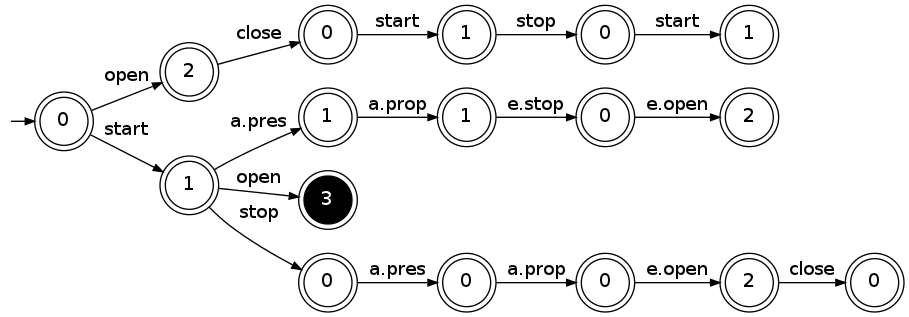
Earlier version of the Graphviz export writing/src/4-inductive/images/goal-unfolded-pta.png (blambeau/phd). Its source is kept beside it as writing/src/4-inductive/images/goal-unfolded-pta.dot.
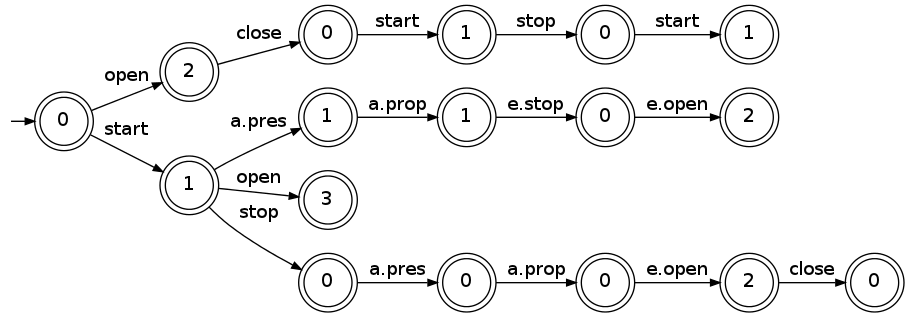
After the change.

Change to the diagram source:
```diff
@@ -41,5 +41,4 @@
   "11" -> "14" [ label="e.open"]
   "12" -> "15" [ label="e.open"]
   "15" -> "16" [ label="close"]
-  "5" [ fontcolor=white fillcolor="black" style="filled" color=black]
 }
```
